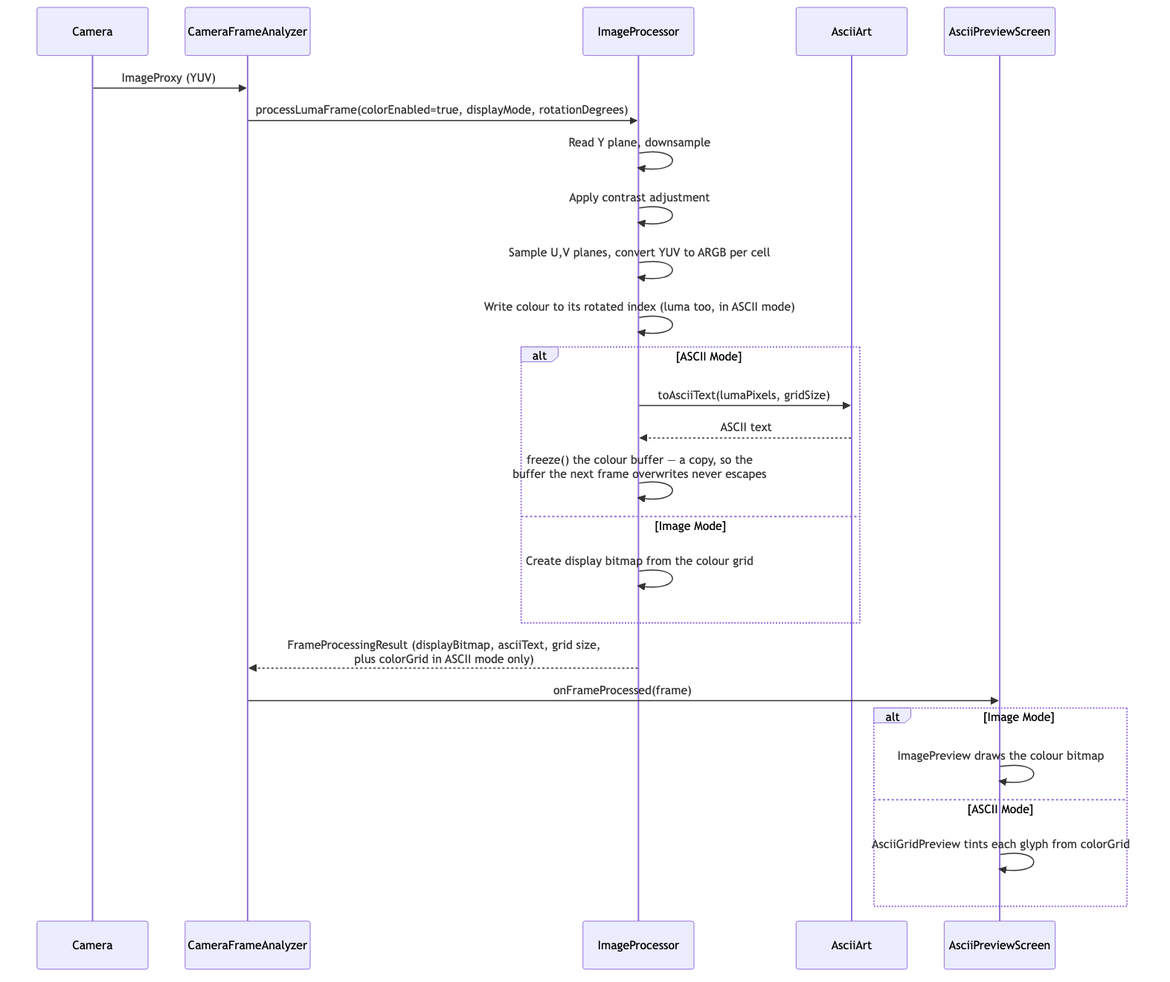
replicant1/AsciiArt keeps this Mermaid diagram as docs/sequence-colour.png. Above is the earlier version. Its source is kept beside it as docs/sequence-colour.mmd.
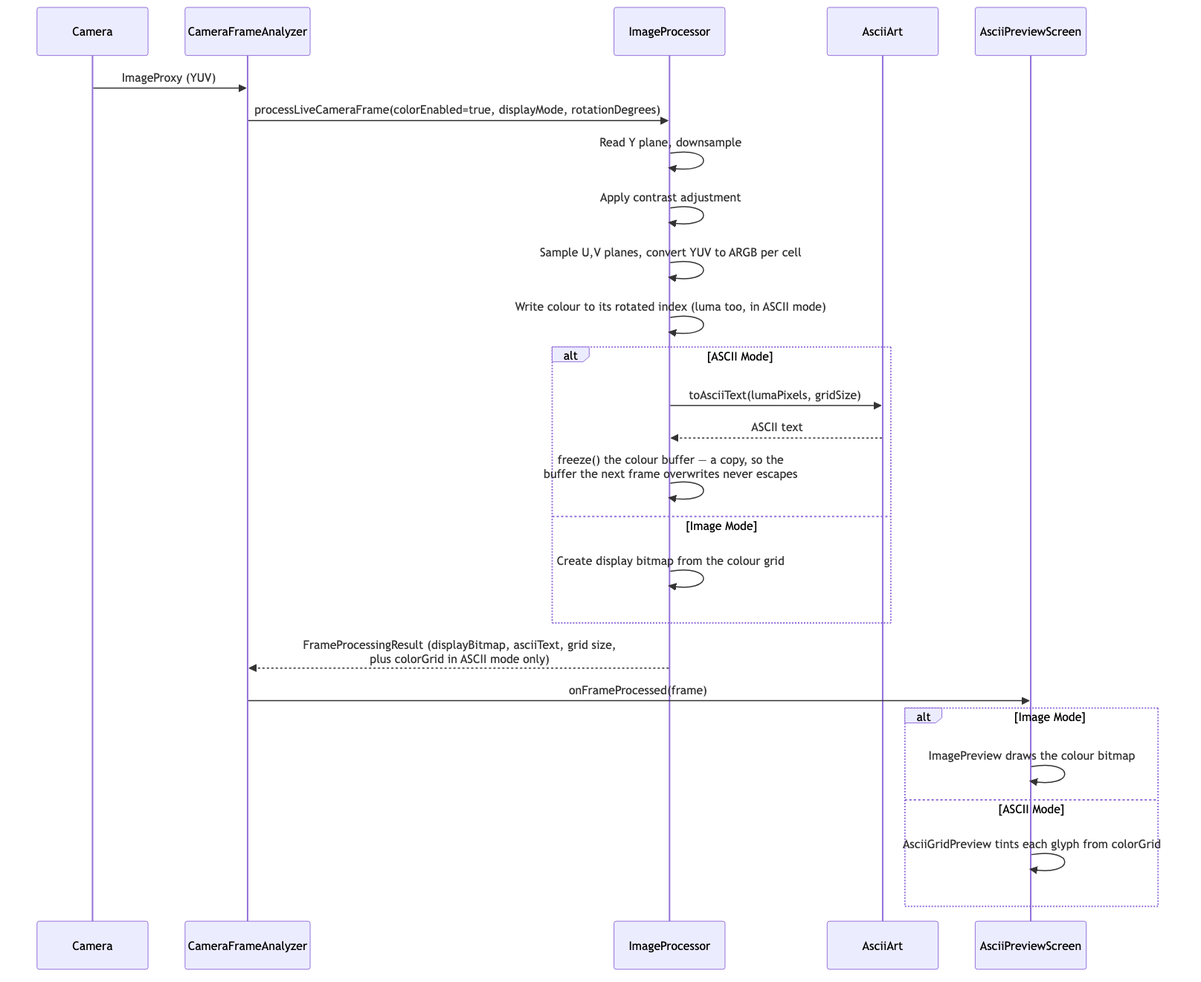
After the change.

Diff of the diagram source:
```diff
@@ -6,7 +6,7 @@
     participant UI as AsciiPreviewScreen
 
     Camera->>CFA: ImageProxy (YUV)
-    CFA->>IP: processLumaFrame(colorEnabled=true, displayMode, rotationDegrees)
+    CFA->>IP: processLiveCameraFrame(colorEnabled=true, displayMode, rotationDegrees)
     IP->>IP: Read Y plane, downsample
     IP->>IP: Apply contrast adjustment
     IP->>IP: Sample U,V planes, convert YUV to ARGB per cell
```
